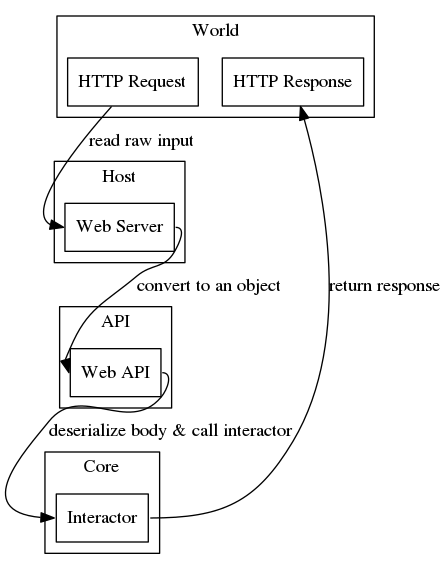
The Graphviz diagram doc/images/life-cycle.png in ane/ebi, before a commit. Its source is kept beside it as doc/images/life-cycle.dot.
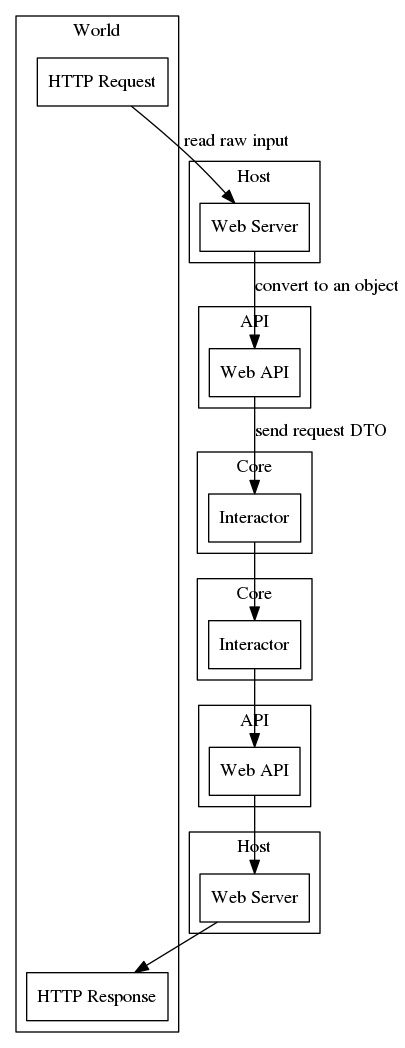
After the change.

What changed in the source:
```diff
@@ -1,5 +1,10 @@
 digraph {
     node[shape=record];
+    newrank=true;
+    {rank=1 A E}
+    {rank=2 B F}
+    {rank=3 C G}
+    {rank=4 D H}
 
     subgraph cluster_User {
         label="World"
@@ -15,7 +20,6 @@
     subgraph cluster_API {
         label="API"
         C[label="Web API"];
-
     }
 
     subgraph cluster_Core {
@@ -23,9 +27,29 @@
         D[label="Interactor"];
     }
 
-    A -> B:w[label="read raw input"];
-    B:e -> C:w[label="convert to an object"];
-    C:e -> D:w[label="deserialize body & call interactor"];
-    D:e -> E[label="return response"];
+    subgraph cluster_Host2 {
+        label="Host"
+        F[label="Web Server"];
+    }
 
+    subgraph cluster_API2 {
+        label="API"
+        G[label="Web API"];
+
+    }
+
+    subgraph cluster_Core2 {
+        label="Core"
+        H[label="Interactor"];
+    }
+
+    A -> B[label="read raw input"];
+    B -> C[label="convert to an object"];
+    C -> D[label="send request DTO"];
+
+    H -> G;
+    G -> F;
+    F -> E;
+
+    D -> H;
 }
```
